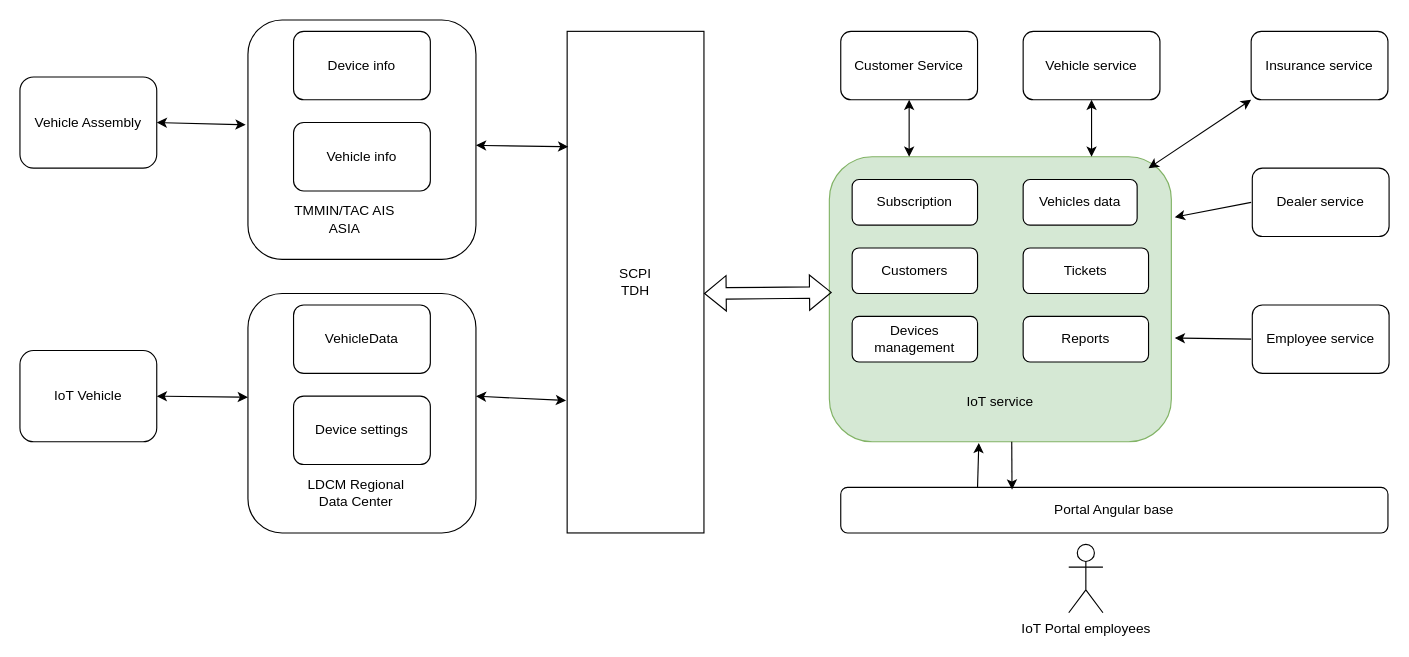
The draw.io diagram page "IoT" (15 of 15) of Untitled Diagram.drawio in hoa89nguyen/testGIT, before the edit. Source tidied: cells renumbered, new cells numbered last; positions are measured from the earlier drawing's top-left corner, leaving out a move shared by most shapes. Both pictures are drawn from the tidied source at 114%, with x=0, y=0 at pixel (19, 19).
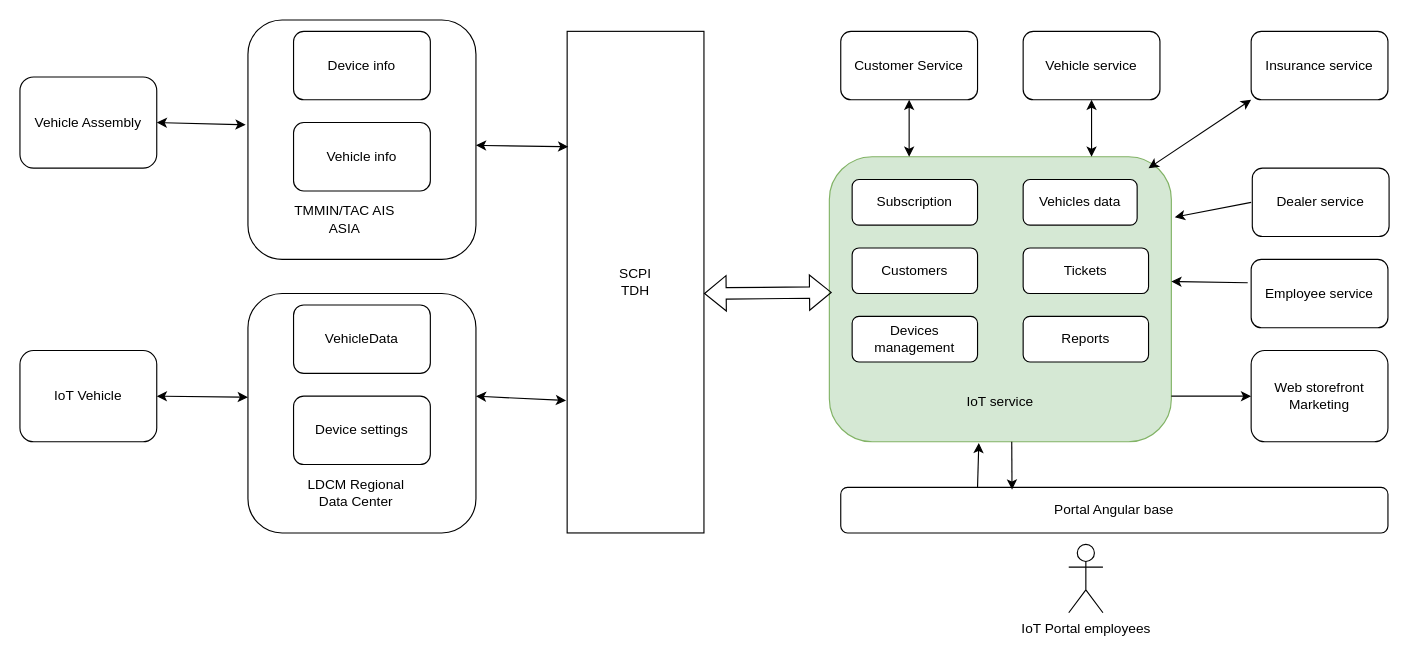
The same diagram, later.

The change refers to these unchanged cells:
```xml
<mxCell id="13" style="rounded=1;whiteSpace=wrap;html=1;fillColor=#d5e8d4;strokeColor=#82b366;" parent="1" vertex="1">
  <mxGeometry x="710" y="120" width="300" height="250" as="geometry" />
</mxCell>
```

Change to the diagram source:
```diff
@@
     <mxCell id="18" value="Employee service" style="rounded=1;whiteSpace=wrap;html=1;" parent="1" vertex="1">
-      <mxGeometry x="1081" y="250" width="120" height="60" as="geometry" />
+      <mxGeometry x="1080" y="210" width="120" height="60" as="geometry" />
     </mxCell>
@@
-    <mxCell id="39" style="endArrow=classic;html=1;rounded=0;entryX=1.01;entryY=0.636;entryDx=0;entryDy=0;entryPerimeter=0;" parent="1" edge="1" target="13">
+    <mxCell id="39" style="endArrow=classic;html=1;rounded=0;entryX=1.01;entryY=0.636;entryDx=0;entryDy=0;entryPerimeter=0;" parent="1" edge="1">
       <mxGeometry relative="1" as="geometry">
-        <mxPoint x="1080" y="280" as="sourcePoint" />
+        <mxPoint x="1077" y="230.5" as="sourcePoint" />
+        <mxPoint x="1010" y="229.5" as="targetPoint" />
       </mxGeometry>
     </mxCell>
+    <mxCell id="40" value="Web storefront&lt;br&gt;Marketing" style="rounded=1;whiteSpace=wrap;html=1;" parent="1" vertex="1">
+      <mxGeometry x="1080" y="290" width="120" height="80" as="geometry" />
+    </mxCell>
+    <mxCell id="41" style="endArrow=classic;html=1;rounded=0;entryX=0;entryY=0.5;entryDx=0;entryDy=0;" parent="1" edge="1" target="40">
+      <mxGeometry relative="1" as="geometry">
+        <mxPoint x="1010" y="330" as="sourcePoint" />
+      </mxGeometry>
+    </mxCell>
```
